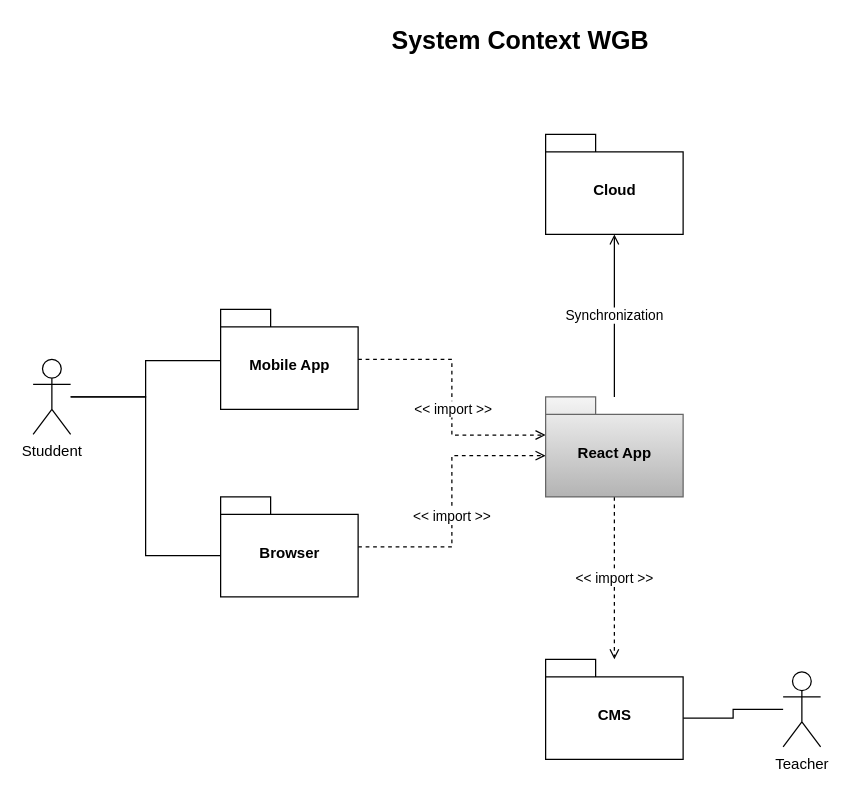
The draw.io diagram artifacts/system_context.drawio in womenGoingBeyond/.github, before the edit. Source tidied: cells renumbered, new cells numbered last; positions are measured from the earlier drawing's top-left corner, leaving out a move shared by most shapes. Both pictures are drawn from the tidied source at 125%, with x=0, y=0 at pixel (32, 21).
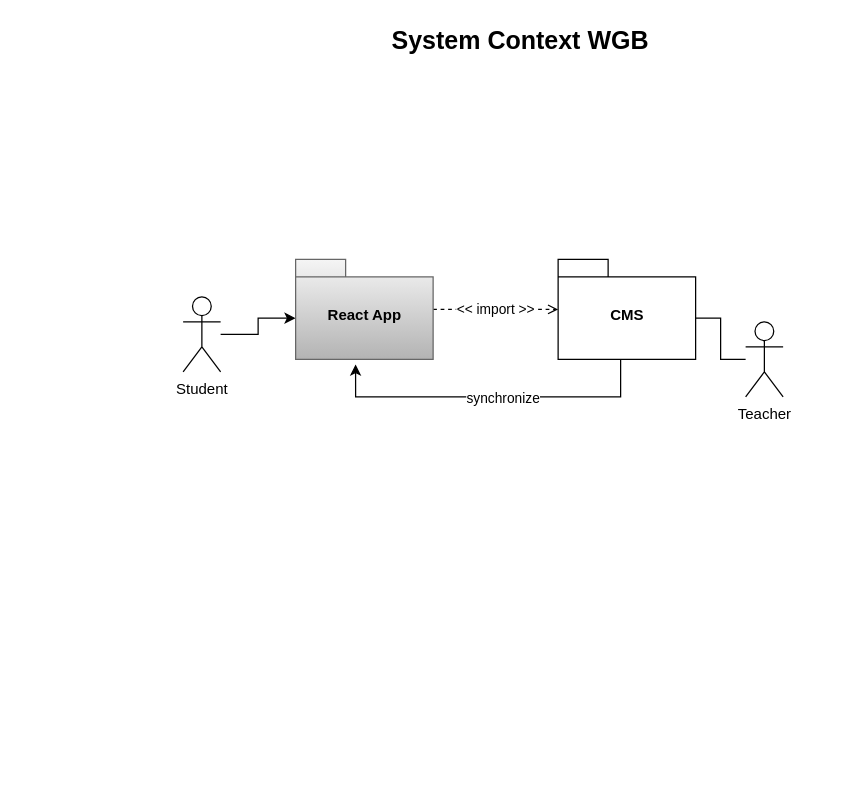
After the change.

The edit, as a diff of the source:
```diff
@@
 <mxGraphModel>
   <root>
     <mxCell id="0" />
     <mxCell id="1" parent="0" />
-    <mxCell id="2" style="edgeStyle=orthogonalEdgeStyle;rounded=0;jettySize=auto;html=1;entryX=0;entryY=0.513;entryDx=0;entryDy=0;entryPerimeter=0;endArrow=none;endFill=0;" parent="1" edge="1" source="4" target="9">
-      <mxGeometry relative="1" as="geometry" />
-    </mxCell>
-    <mxCell id="3" style="edgeStyle=orthogonalEdgeStyle;rounded=0;jettySize=auto;html=1;entryX=0;entryY=0;entryDx=0;entryDy=47;entryPerimeter=0;endArrow=none;endFill=0;" parent="1" edge="1" source="4" target="12">
-      <mxGeometry relative="1" as="geometry" />
-    </mxCell>
+    <mxCell id="19" style="edgeStyle=orthogonalEdgeStyle;rounded=0;jettySize=auto;html=1;entryX=0;entryY=0;entryDx=0;entryDy=47;entryPerimeter=0;" parent="1" edge="1" source="4" target="15">
+      <mxGeometry relative="1" as="geometry" />
+    </mxCell>
-    <mxCell id="4" value="Studdent" style="shape=umlActor;verticalLabelPosition=bottom;verticalAlign=top;html=1;outlineConnect=0;" parent="1" vertex="1">
-      <mxGeometry y="270" width="30" height="60" as="geometry" />
+    <mxCell id="4" value="Student" style="shape=umlActor;verticalLabelPosition=bottom;verticalAlign=top;html=1;outlineConnect=0;" parent="1" vertex="1">
+      <mxGeometry x="120" y="220" width="30" height="60" as="geometry" />
     </mxCell>
     <mxCell id="5" style="edgeStyle=orthogonalEdgeStyle;rounded=0;jettySize=auto;html=1;entryX=0;entryY=0;entryDx=110;entryDy=47;entryPerimeter=0;endArrow=none;endFill=0;" parent="1" edge="1" source="6" target="16">
       <mxGeometry relative="1" as="geometry" />
     </mxCell>
     <mxCell id="6" value="Teacher" style="shape=umlActor;verticalLabelPosition=bottom;verticalAlign=top;html=1;outlineConnect=0;" parent="1" vertex="1">
-      <mxGeometry x="600" y="520" width="30" height="60" as="geometry" />
+      <mxGeometry x="570" y="240" width="30" height="60" as="geometry" />
     </mxCell>
-    <mxCell id="7" style="edgeStyle=orthogonalEdgeStyle;rounded=0;jettySize=auto;html=1;entryX=0;entryY=0;entryDx=0;entryDy=30.5;entryPerimeter=0;endArrow=open;endFill=0;dashed=1;" parent="1" edge="1" source="9" target="15">
-      <mxGeometry relative="1" as="geometry" />
-    </mxCell>
-    <mxCell id="8" value="&amp;lt;&amp;lt; import &amp;gt;&amp;gt;" style="edgeLabel;html=1;align=center;verticalAlign=middle;" parent="7" vertex="1">
-      <mxGeometry x="0.08" relative="1" as="geometry" />
-    </mxCell>
-    <mxCell id="9" value="Mobile App" style="shape=folder;fontStyle=1;spacingTop=10;tabWidth=40;tabHeight=14;tabPosition=left;html=1;" parent="1" vertex="1">
-      <mxGeometry x="150" y="230" width="110" height="80" as="geometry" />
-    </mxCell>
-    <mxCell id="10" style="edgeStyle=orthogonalEdgeStyle;rounded=0;jettySize=auto;html=1;entryX=0;entryY=0;entryDx=0;entryDy=47;entryPerimeter=0;dashed=1;endArrow=open;endFill=0;" parent="1" edge="1" source="12" target="15">
-      <mxGeometry relative="1" as="geometry" />
-    </mxCell>
-    <mxCell id="11" value="&amp;lt;&amp;lt; import &amp;gt;&amp;gt;" style="edgeLabel;html=1;align=center;verticalAlign=middle;" parent="10" vertex="1">
-      <mxGeometry x="-0.1" y="1" relative="1" as="geometry" />
-    </mxCell>
-    <mxCell id="12" value="Browser" style="shape=folder;fontStyle=1;spacingTop=10;tabWidth=40;tabHeight=14;tabPosition=left;html=1;" parent="1" vertex="1">
-      <mxGeometry x="150" y="380" width="110" height="80" as="geometry" />
-    </mxCell>
     <mxCell id="13" value="&amp;lt;&amp;lt; import &amp;gt;&amp;gt;" style="edgeStyle=orthogonalEdgeStyle;rounded=0;jettySize=auto;html=1;dashed=1;endArrow=open;endFill=0;" parent="1" edge="1" source="15" target="16">
       <mxGeometry relative="1" as="geometry" />
     </mxCell>
-    <mxCell id="14" value="Synchronization" style="edgeStyle=orthogonalEdgeStyle;rounded=0;jettySize=auto;html=1;entryX=0.5;entryY=1;entryDx=0;entryDy=0;entryPerimeter=0;endArrow=open;endFill=0;" parent="1" edge="1" source="15" target="17">
-      <mxGeometry relative="1" as="geometry" />
-    </mxCell>
     <mxCell id="15" value="React App" style="shape=folder;fontStyle=1;spacingTop=10;tabWidth=40;tabHeight=14;tabPosition=left;html=1;fillColor=#f5f5f5;strokeColor=#666666;gradientColor=#b3b3b3;" parent="1" vertex="1">
-      <mxGeometry x="410" y="300" width="110" height="80" as="geometry" />
+      <mxGeometry x="210" y="190" width="110" height="80" as="geometry" />
     </mxCell>
+    <mxCell id="20" style="edgeStyle=orthogonalEdgeStyle;rounded=0;jettySize=auto;html=1;entryX=0.436;entryY=1.05;entryDx=0;entryDy=0;entryPerimeter=0;" parent="1" edge="1" source="16" target="15">
+      <mxGeometry relative="1" as="geometry">
+        <Array as="points">
+          <mxPoint x="470" y="300" />
+          <mxPoint x="258" y="300" />
+        </Array>
+      </mxGeometry>
+    </mxCell>
+    <mxCell id="21" value="synchronize" style="edgeLabel;html=1;align=center;verticalAlign=middle;" parent="20" vertex="1">
+      <mxGeometry x="-0.05" relative="1" as="geometry">
+        <mxPoint x="2" as="offset" />
+      </mxGeometry>
+    </mxCell>
     <mxCell id="16" value="CMS" style="shape=folder;fontStyle=1;spacingTop=10;tabWidth=40;tabHeight=14;tabPosition=left;html=1;" parent="1" vertex="1">
-      <mxGeometry x="410" y="510" width="110" height="80" as="geometry" />
+      <mxGeometry x="420" y="190" width="110" height="80" as="geometry" />
     </mxCell>
-    <mxCell id="17" value="Cloud" style="shape=folder;fontStyle=1;spacingTop=10;tabWidth=40;tabHeight=14;tabPosition=left;html=1;" parent="1" vertex="1">
-      <mxGeometry x="410" y="90" width="110" height="80" as="geometry" />
-    </mxCell>
     <mxCell id="18" value="System Context WGB" style="text;align=center;fontStyle=1;verticalAlign=middle;spacingLeft=3;spacingRight=3;strokeColor=none;fontSize=20;" parent="1" vertex="1">
       <mxGeometry x="350" width="80" height="26" as="geometry" />
     </mxCell>
   </root>
 </mxGraphModel>
```
